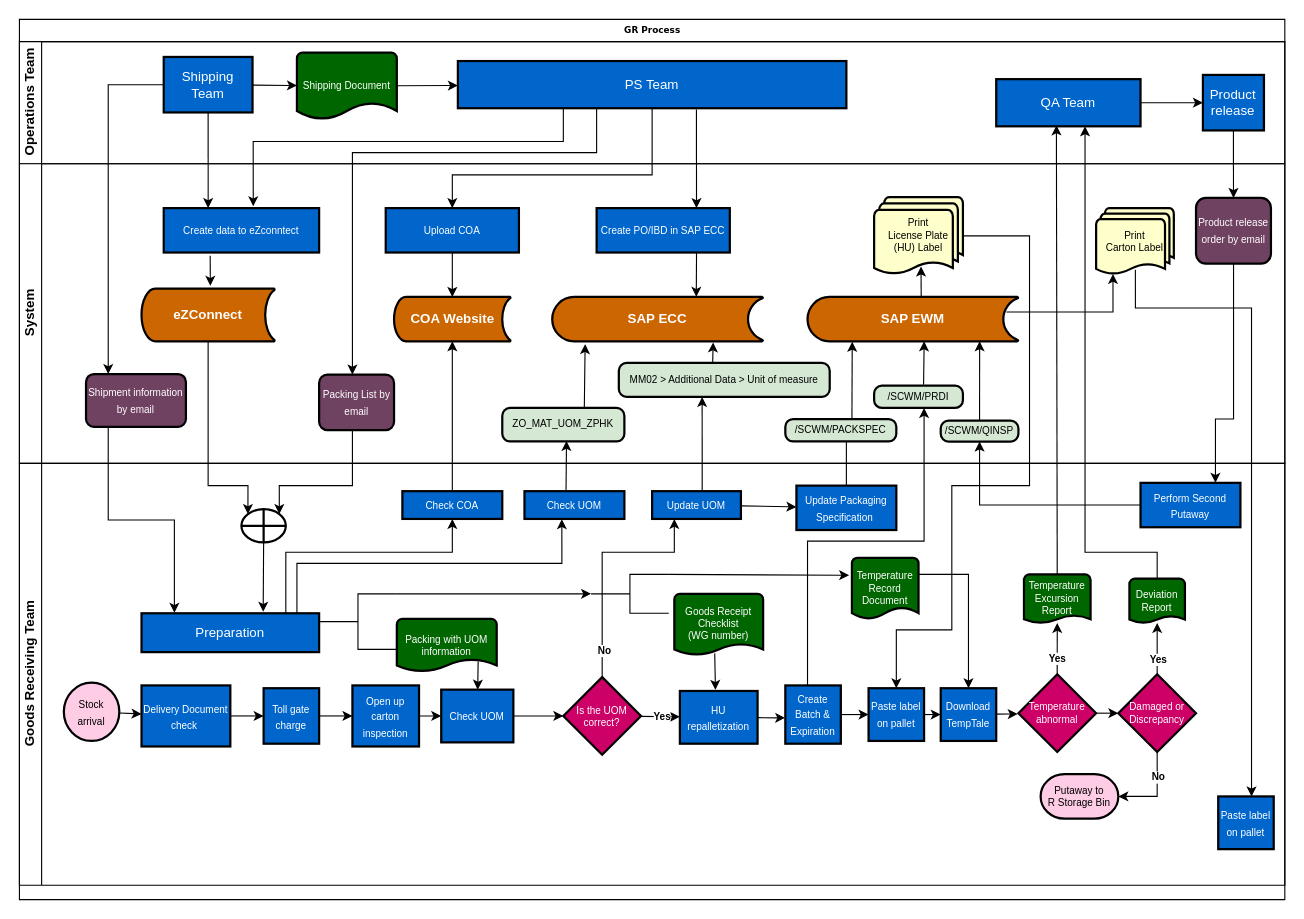
Before: GR_Flowchart.drawio in chengkahohk/ZPHK_GR_workflow, a draw.io diagram. Source tidied: cells renumbered, new cells numbered last; positions are measured from the earlier drawing's top-left corner, leaving out a move shared by most shapes. Both pictures are drawn from the tidied source at 111%, with x=0, y=0 at pixel (19, 19).
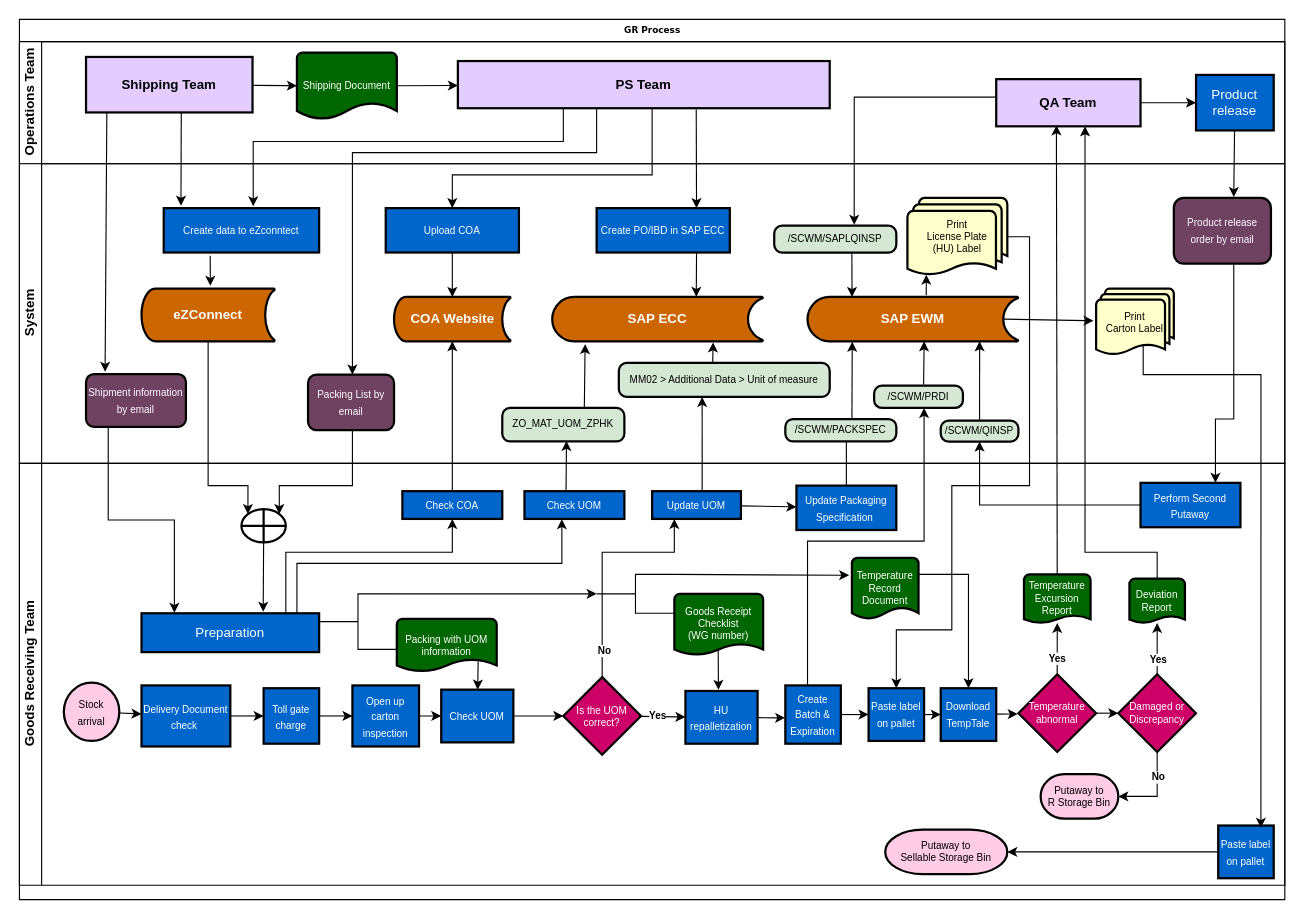
After the change.

Unchanged cells that the change refers to:
```xml
<mxCell id="2" value="GR Process" style="swimlane;html=1;horizontal=1;startSize=20;rounded=0;shadow=0;labelBackgroundColor=none;strokeWidth=1;fontFamily=Verdana;fontSize=8;align=center;" parent="1" vertex="1">
  <mxGeometry width="1140" height="793" as="geometry" />
</mxCell>
<mxCell id="4" value="Operations Team" style="swimlane;html=1;startSize=20;horizontal=0;" parent="2" vertex="1">
  <mxGeometry y="20" width="1140" height="110" as="geometry" />
</mxCell>
<mxCell id="30" value="System" style="swimlane;html=1;startSize=20;horizontal=0;" parent="2" vertex="1">
  <mxGeometry y="130" width="1140" height="270" as="geometry" />
</mxCell>
<mxCell id="36" value="&lt;font style=&quot;font-size: 9px;&quot;&gt;Create data to eZconntect&lt;/font&gt;" style="whiteSpace=wrap;html=1;fillColor=#0066CC;fontColor=#FFFFFF;strokeWidth=2;" parent="30" vertex="1">
  <mxGeometry x="130" y="40" width="140" height="40" as="geometry" />
</mxCell>
<mxCell id="39" value="&lt;font style=&quot;font-size: 9px;&quot;&gt;Create PO/IBD in SAP ECC&lt;/font&gt;" style="whiteSpace=wrap;html=1;fillColor=#0066CC;fontColor=#FFFFFF;strokeWidth=2;" parent="30" vertex="1">
  <mxGeometry x="520" y="40" width="120" height="40" as="geometry" />
</mxCell>
<mxCell id="48" value="&lt;b&gt;&lt;font style=&quot;font-size: 12px;&quot;&gt;SAP EWM&lt;/font&gt;&lt;/b&gt;" style="strokeWidth=2;html=1;shape=mxgraph.flowchart.stored_data;whiteSpace=wrap;fontFamily=Helvetica;fontSize=9;fontColor=#FFFFFF;fillColor=#CC6600;" parent="30" vertex="1">
  <mxGeometry x="710" y="120" width="190" height="40" as="geometry" />
</mxCell>
<mxCell id="50" value="/SCWM/PRDI" style="rounded=1;whiteSpace=wrap;html=1;absoluteArcSize=1;arcSize=14;strokeWidth=2;fontFamily=Helvetica;fontSize=9;fontColor=#000000;fillColor=#D5E8D4;" parent="30" vertex="1">
  <mxGeometry x="770" y="200" width="80" height="20" as="geometry" />
</mxCell>
<mxCell id="54" value="/SCWM/QINSP" style="rounded=1;whiteSpace=wrap;html=1;absoluteArcSize=1;arcSize=14;strokeWidth=2;fontFamily=Helvetica;fontSize=9;fontColor=#000000;fillColor=#D5E8D4;" parent="30" vertex="1">
  <mxGeometry x="830" y="231.5" width="70" height="18.8" as="geometry" />
</mxCell>
<mxCell id="55" value="&lt;font style=&quot;font-size: 9px;&quot;&gt;Shipment information by email&lt;/font&gt;" style="whiteSpace=wrap;html=1;fillColor=#704262;fontColor=#FFFFFF;rounded=1;strokeWidth=2;" parent="30" vertex="1">
  <mxGeometry x="60" y="189.5" width="90" height="47.5" as="geometry" />
</mxCell>
<mxCell id="80" style="edgeStyle=none;rounded=0;jettySize=auto;html=1;fontFamily=Helvetica;fontSize=9;fontColor=#FFFFFF;elbow=vertical;" parent="58" edge="1" source="74" target="79">
  <mxGeometry relative="1" as="geometry" />
</mxCell>
<mxCell id="87" value="Goods Receipt Checklist&lt;br&gt;(WG number)" style="strokeWidth=2;html=1;shape=mxgraph.flowchart.document2;whiteSpace=wrap;size=0.17912457912457908;fontFamily=Helvetica;fontSize=9;fontColor=#FFFFFF;fillColor=#006600;" parent="58" vertex="1">
  <mxGeometry x="590" y="117.5" width="80" height="55" as="geometry" />
</mxCell>
```

Change to the diagram source:
```diff
@@
-    <mxCell id="7" value="PS Team" style="whiteSpace=wrap;html=1;fillColor=#0066CC;fontColor=#FFFFFF;strokeWidth=2;" parent="4" vertex="1">
-      <mxGeometry x="395" y="17.5" width="350" height="42.5" as="geometry" />
+    <mxCell id="7" value="&lt;b&gt;&lt;font style=&quot;font-size: 12px;&quot;&gt;PS Team&lt;/font&gt;&lt;/b&gt;" style="whiteSpace=wrap;html=1;fillColor=#E5CCFF;fontColor=#000000;strokeWidth=2;" parent="4" vertex="1">
+      <mxGeometry x="395" y="17.5" width="335" height="42.5" as="geometry" />
     </mxCell>
@@
-    <mxCell id="9" value="Shipping Team" style="whiteSpace=wrap;html=1;fillColor=#0066CC;fontColor=#FFFFFF;strokeWidth=2;" parent="4" vertex="1">
-      <mxGeometry x="130" y="13.8" width="80" height="50" as="geometry" />
+    <mxCell id="9" value="&lt;b&gt;Shipping Team&lt;/b&gt;" style="whiteSpace=wrap;html=1;fillColor=#E5CCFF;fontColor=#000000;strokeWidth=2;" parent="4" vertex="1">
+      <mxGeometry x="60" y="13.8" width="150" height="50" as="geometry" />
     </mxCell>
@@
-    <mxCell id="11" value="QA Team" style="whiteSpace=wrap;html=1;fillColor=#0066CC;fontColor=#FFFFFF;strokeWidth=2;" parent="4" vertex="1">
+    <mxCell id="11" value="&lt;b&gt;QA Team&lt;/b&gt;" style="whiteSpace=wrap;html=1;fillColor=#E5CCFF;fontColor=#000000;strokeWidth=2;" parent="4" vertex="1">
       <mxGeometry x="880" y="33.8" width="130" height="42.5" as="geometry" />
     </mxCell>
     <mxCell id="12" value="Product release" style="whiteSpace=wrap;html=1;fillColor=#0066CC;fontColor=#FFFFFF;strokeWidth=2;" parent="4" vertex="1">
-      <mxGeometry x="1066.2" y="30" width="55" height="50" as="geometry" />
+      <mxGeometry x="1060" y="30" width="70" height="50" as="geometry" />
     </mxCell>
-    <mxCell id="13" style="edgeStyle=orthogonalEdgeStyle;rounded=0;jettySize=auto;html=1;fontFamily=Helvetica;fontSize=9;fontColor=#FFFFFF;elbow=vertical;" parent="2" edge="1" source="9" target="55">
-      <mxGeometry relative="1" as="geometry">
-        <Array as="points">
-          <mxPoint x="80" y="59" />
-        </Array>
-      </mxGeometry>
-    </mxCell>
@@
-    <mxCell id="18" style="edgeStyle=none;rounded=0;jettySize=auto;html=1;fontFamily=Helvetica;fontSize=9;fontColor=#FFFFFF;elbow=vertical;exitX=0.614;exitY=1.029;exitDx=0;exitDy=0;exitPerimeter=0;entryX=0.75;entryY=0;entryDx=0;entryDy=0;" parent="2" edge="1" source="7" target="39">
+    <mxCell id="18" style="edgeStyle=none;rounded=0;jettySize=auto;html=1;fontFamily=Helvetica;fontSize=9;fontColor=#FFFFFF;elbow=vertical;exitX=0.641;exitY=1.026;exitDx=0;exitDy=0;exitPerimeter=0;entryX=0.75;entryY=0;entryDx=0;entryDy=0;" parent="2" edge="1" source="7" target="39">
       <mxGeometry relative="1" as="geometry" />
     </mxCell>
@@
-    <mxCell id="20" style="rounded=0;jettySize=auto;html=1;fontFamily=Helvetica;fontSize=9;fontColor=#000000;elbow=vertical;entryX=0.286;entryY=0;entryDx=0;entryDy=0;entryPerimeter=0;" parent="2" edge="1" source="9" target="36">
-      <mxGeometry relative="1" as="geometry" />
-    </mxCell>
@@
-    <mxCell id="28" style="edgeStyle=none;rounded=0;jettySize=auto;html=1;entryX=0.5;entryY=0;entryDx=0;entryDy=0;fontFamily=Helvetica;fontSize=9;fontColor=#FFFFFF;" parent="2" edge="1" source="12" target="52">
-      <mxGeometry relative="1" as="geometry" />
+    <mxCell id="28" style="edgeStyle=none;rounded=0;jettySize=auto;html=1;fontFamily=Helvetica;fontSize=9;fontColor=#FFFFFF;" parent="2" edge="1" source="12">
+      <mxGeometry relative="1" as="geometry">
+        <mxPoint x="1094" y="160" as="targetPoint" />
+      </mxGeometry>
     </mxCell>
@@
     <mxCell id="42" value="&lt;font style=&quot;font-size: 9px;&quot;&gt;Packing List by email&lt;/font&gt;" style="whiteSpace=wrap;html=1;fillColor=#704262;fontColor=#FFFFFF;rounded=1;strokeWidth=2;" parent="30" vertex="1">
-      <mxGeometry x="270" y="190" width="67.5" height="50" as="geometry" />
+      <mxGeometry x="260" y="190" width="77.5" height="50" as="geometry" />
     </mxCell>
@@
-    <mxCell id="47" style="edgeStyle=none;rounded=0;jettySize=auto;html=1;fontFamily=Helvetica;fontSize=9;fontColor=#FFFFFF;entryX=0.528;entryY=0.895;entryDx=0;entryDy=0;entryPerimeter=0;exitX=0.539;exitY=-0.014;exitDx=0;exitDy=0;exitPerimeter=0;" parent="30" edge="1" source="48" target="51">
+    <mxCell id="47" style="edgeStyle=none;rounded=0;jettySize=auto;html=1;fontFamily=Helvetica;fontSize=9;fontColor=#FFFFFF;entryX=0.189;entryY=0.989;entryDx=0;entryDy=0;entryPerimeter=0;exitX=0.563;exitY=-0.039;exitDx=0;exitDy=0;exitPerimeter=0;strokeColor=#000000;" parent="30" edge="1" source="48" target="51">
       <mxGeometry relative="1" as="geometry" />
     </mxCell>
+    <mxCell id="57" style="edgeStyle=none;rounded=0;jettySize=auto;html=1;entryX=-0.034;entryY=0.483;entryDx=0;entryDy=0;entryPerimeter=0;fontFamily=Helvetica;fontSize=9;fontColor=#FFFFFF;strokeColor=#000000;fillColor=#FF33FF;exitX=0.93;exitY=0.5;exitDx=0;exitDy=0;exitPerimeter=0;" parent="30" edge="1" source="48" target="56">
+      <mxGeometry relative="1" as="geometry" />
+    </mxCell>
@@
-    <mxCell id="49" style="rounded=0;jettySize=auto;html=1;entryX=0.553;entryY=1;entryDx=0;entryDy=0;entryPerimeter=0;fontFamily=Helvetica;fontSize=9;fontColor=#FFFFFF;exitX=0.557;exitY=-0.046;exitDx=0;exitDy=0;exitPerimeter=0;" parent="30" edge="1" source="50" target="48">
+    <mxCell id="49" style="rounded=0;jettySize=auto;html=1;entryX=0.553;entryY=1;entryDx=0;entryDy=0;entryPerimeter=0;fontFamily=Helvetica;fontSize=9;fontColor=#FFFFFF;exitX=0.557;exitY=-0.046;exitDx=0;exitDy=0;exitPerimeter=0;strokeColor=#000000;" parent="30" edge="1" source="50" target="48">
       <mxGeometry relative="1" as="geometry" />
     </mxCell>
@@
     <mxCell id="51" value="Print&lt;br&gt;License Plate&lt;br&gt;(HU) Label" style="strokeWidth=2;html=1;shape=mxgraph.flowchart.multi-document;whiteSpace=wrap;fontFamily=Helvetica;fontSize=9;fontColor=#000000;fillColor=#FFFFCC;" parent="30" vertex="1">
-      <mxGeometry x="770" y="30" width="80" height="70" as="geometry" />
+      <mxGeometry x="800" y="30.8" width="90" height="70" as="geometry" />
     </mxCell>
     <mxCell id="52" value="&lt;font style=&quot;font-size: 9px;&quot;&gt;Product release order by email&lt;/font&gt;" style="whiteSpace=wrap;html=1;fillColor=#704262;fontColor=#FFFFFF;rounded=1;strokeWidth=2;" parent="30" vertex="1">
-      <mxGeometry x="1060" y="30.8" width="67.5" height="59.2" as="geometry" />
+      <mxGeometry x="1040" y="30.8" width="87.5" height="59.2" as="geometry" />
     </mxCell>
-    <mxCell id="53" style="edgeStyle=none;rounded=0;jettySize=auto;html=1;entryX=0.816;entryY=1;entryDx=0;entryDy=0;entryPerimeter=0;fontFamily=Helvetica;fontSize=9;fontColor=#FFFFFF;" parent="30" edge="1" source="54" target="48">
+    <mxCell id="53" style="edgeStyle=none;rounded=0;jettySize=auto;html=1;entryX=0.816;entryY=1;entryDx=0;entryDy=0;entryPerimeter=0;fontFamily=Helvetica;fontSize=9;fontColor=#FFFFFF;strokeColor=#000000;" parent="30" edge="1" source="54" target="48">
       <mxGeometry relative="1" as="geometry" />
     </mxCell>
@@
     <mxCell id="56" value="Print&lt;br&gt;Carton Label" style="strokeWidth=2;html=1;shape=mxgraph.flowchart.multi-document;whiteSpace=wrap;fontFamily=Helvetica;fontSize=9;fontColor=#000000;fillColor=#FFFFCC;" parent="30" vertex="1">
-      <mxGeometry x="970" y="40" width="70" height="60" as="geometry" />
+      <mxGeometry x="970" y="112.5" width="70" height="60" as="geometry" />
     </mxCell>
-    <mxCell id="57" style="edgeStyle=orthogonalEdgeStyle;rounded=0;jettySize=auto;html=1;fontFamily=Helvetica;fontSize=9;fontColor=#FFFFFF;exitX=0.943;exitY=0.339;exitDx=0;exitDy=0;exitPerimeter=0;entryX=0.217;entryY=0.988;entryDx=0;entryDy=0;entryPerimeter=0;" parent="30" edge="1" source="48" target="56">
-      <mxGeometry relative="1" as="geometry" />
-    </mxCell>
+    <mxCell id="119" style="edgeStyle=none;rounded=0;jettySize=auto;html=1;entryX=0.211;entryY=0;entryDx=0;entryDy=0;entryPerimeter=0;fontFamily=Helvetica;fontSize=9;fontColor=#FFFFFF;strokeColor=#000000;fillColor=#FF33FF;exitX=0.636;exitY=1;exitDx=0;exitDy=0;exitPerimeter=0;" parent="30" edge="1" source="120" target="48">
+      <mxGeometry relative="1" as="geometry" />
+    </mxCell>
+    <mxCell id="120" value="/SCWM/SAPLQINSP" style="rounded=1;whiteSpace=wrap;html=1;absoluteArcSize=1;arcSize=14;strokeWidth=2;fontFamily=Helvetica;fontSize=9;fontColor=#000000;fillColor=#D5E8D4;" parent="30" vertex="1">
+      <mxGeometry x="680" y="55.8" width="110" height="24.2" as="geometry" />
+    </mxCell>
-    <mxCell id="58" value="Goods Receiving Team" style="swimlane;html=1;startSize=20;horizontal=0;" parent="2" vertex="1">
+    <mxCell id="58" value="Goods Receiving Team" style="swimlane;html=1;startSize=20;horizontal=0;fillColor=none;" parent="2" vertex="1">
       <mxGeometry y="400" width="1140" height="380" as="geometry" />
     </mxCell>
@@
     <mxCell id="79" value="&lt;font style=&quot;font-size: 9px;&quot;&gt;HU repalletization&lt;/font&gt;" style="whiteSpace=wrap;html=1;fillColor=#0066CC;fontColor=#FFFFFF;strokeWidth=2;" parent="58" vertex="1">
-      <mxGeometry x="595" y="205" width="70" height="47.5" as="geometry" />
+      <mxGeometry x="600" y="205" width="65" height="47.5" as="geometry" />
     </mxCell>
@@
     <mxCell id="81" value="&lt;b&gt;Yes&lt;/b&gt;" style="edgeLabel;html=1;align=center;verticalAlign=middle;fontSize=9;fontFamily=Helvetica;fontColor=#000000;" parent="80" vertex="1">
       <mxGeometry x="-0.48" y="1" relative="1" as="geometry">
-        <mxPoint x="9" y="1" as="offset" />
+        <mxPoint x="4" as="offset" />
       </mxGeometry>
     </mxCell>
@@
-    <mxCell id="86" style="edgeStyle=none;rounded=0;jettySize=auto;html=1;fontFamily=Helvetica;fontSize=9;fontColor=#FFFFFF;entryX=0.458;entryY=-0.021;entryDx=0;entryDy=0;entryPerimeter=0;exitX=0.455;exitY=0.975;exitDx=0;exitDy=0;exitPerimeter=0;" parent="58" edge="1" source="87" target="79">
+    <mxCell id="86" style="edgeStyle=none;rounded=0;jettySize=auto;html=1;fontFamily=Helvetica;fontSize=9;fontColor=#FFFFFF;entryX=0.458;entryY=-0.021;entryDx=0;entryDy=0;entryPerimeter=0;exitX=0.494;exitY=0.914;exitDx=0;exitDy=0;exitPerimeter=0;" parent="58" edge="1" source="87" target="79">
       <mxGeometry relative="1" as="geometry" />
     </mxCell>
@@
     <mxCell id="94" style="strokeWidth=1;html=1;shape=mxgraph.flowchart.annotation_2;align=left;labelPosition=right;fontFamily=Helvetica;fontSize=9;fontColor=#FFFFFF;fillColor=#0066CC;" parent="58" vertex="1">
-      <mxGeometry x="515" y="100" width="70" height="35" as="geometry" />
+      <mxGeometry x="520" y="100" width="70" height="35" as="geometry" />
     </mxCell>
@@
+    <mxCell id="121" style="edgeStyle=none;rounded=0;jettySize=auto;html=1;entryX=1;entryY=0.5;entryDx=0;entryDy=0;entryPerimeter=0;fontFamily=Helvetica;fontSize=9;fontColor=#FFFFFF;strokeColor=#000000;fillColor=#FF33FF;" parent="58" edge="1" source="115" target="122">
+      <mxGeometry relative="1" as="geometry" />
+    </mxCell>
     <mxCell id="115" value="&lt;font style=&quot;font-size: 9px;&quot;&gt;Paste label on pallet&lt;/font&gt;" style="whiteSpace=wrap;html=1;fillColor=#0066CC;fontColor=#FFFFFF;strokeWidth=2;" parent="58" vertex="1">
-      <mxGeometry x="1080" y="300" width="50" height="47.5" as="geometry" />
+      <mxGeometry x="1080" y="326.2" width="50" height="47.5" as="geometry" />
     </mxCell>
+    <mxCell id="122" value="Putaway to &lt;br&gt;Sellable Storage Bin" style="strokeWidth=2;html=1;shape=mxgraph.flowchart.terminator;whiteSpace=wrap;fontFamily=Helvetica;fontSize=9;fontColor=#000000;fillColor=#FFCCE6;" parent="58" vertex="1">
+      <mxGeometry x="780" y="330" width="110" height="40" as="geometry" />
+    </mxCell>
@@
-    <mxCell id="118" style="edgeStyle=orthogonalEdgeStyle;rounded=0;jettySize=auto;html=1;fontFamily=Helvetica;fontSize=9;fontColor=#FFFFFF;exitX=0.505;exitY=0.924;exitDx=0;exitDy=0;exitPerimeter=0;" parent="1" edge="1" source="56">
-      <mxGeometry relative="1" as="geometry">
-        <mxPoint x="1110" y="700" as="targetPoint" />
-        <Array as="points">
-          <mxPoint x="1005" y="260" />
-          <mxPoint x="1110" y="260" />
-        </Array>
-      </mxGeometry>
-    </mxCell>
+    <mxCell id="123" style="edgeStyle=orthogonalEdgeStyle;rounded=0;jettySize=auto;html=1;entryX=0.769;entryY=0.044;entryDx=0;entryDy=0;entryPerimeter=0;fontFamily=Helvetica;fontSize=9;fontColor=#FFFFFF;strokeColor=#000000;fillColor=#FF33FF;exitX=0.606;exitY=0.833;exitDx=0;exitDy=0;exitPerimeter=0;" parent="2" edge="1" source="56" target="115">
+      <mxGeometry relative="1" as="geometry">
+        <Array as="points">
+          <mxPoint x="1012" y="320" />
+          <mxPoint x="1118" y="320" />
+        </Array>
+      </mxGeometry>
+    </mxCell>
+    <mxCell id="124" style="edgeStyle=orthogonalEdgeStyle;rounded=0;jettySize=auto;html=1;entryX=0.655;entryY=-0.03;entryDx=0;entryDy=0;fontFamily=Helvetica;fontSize=9;fontColor=#FFFFFF;strokeColor=#000000;fillColor=#FF33FF;entryPerimeter=0;" parent="2" edge="1" source="11" target="120">
+      <mxGeometry relative="1" as="geometry">
+        <Array as="points">
+          <mxPoint x="752" y="70" />
+        </Array>
+      </mxGeometry>
+    </mxCell>
+    <mxCell id="20" style="edgeStyle=none;rounded=0;jettySize=auto;html=1;entryX=0.111;entryY=-0.055;entryDx=0;entryDy=0;entryPerimeter=0;fontFamily=Helvetica;fontSize=12;fontColor=#FFFFFF;strokeColor=#000000;fillColor=#FF33FF;exitX=0.572;exitY=1.005;exitDx=0;exitDy=0;exitPerimeter=0;" parent="2" edge="1" source="9" target="36">
+      <mxGeometry relative="1" as="geometry" />
+    </mxCell>
+    <mxCell id="13" style="edgeStyle=none;rounded=0;jettySize=auto;html=1;entryX=0.191;entryY=-0.045;entryDx=0;entryDy=0;entryPerimeter=0;fontFamily=Helvetica;fontSize=12;fontColor=#FFFFFF;strokeColor=#000000;fillColor=#FF33FF;exitX=0.125;exitY=0.995;exitDx=0;exitDy=0;exitPerimeter=0;" parent="2" edge="1" source="9" target="55">
+      <mxGeometry relative="1" as="geometry" />
+    </mxCell>
```
